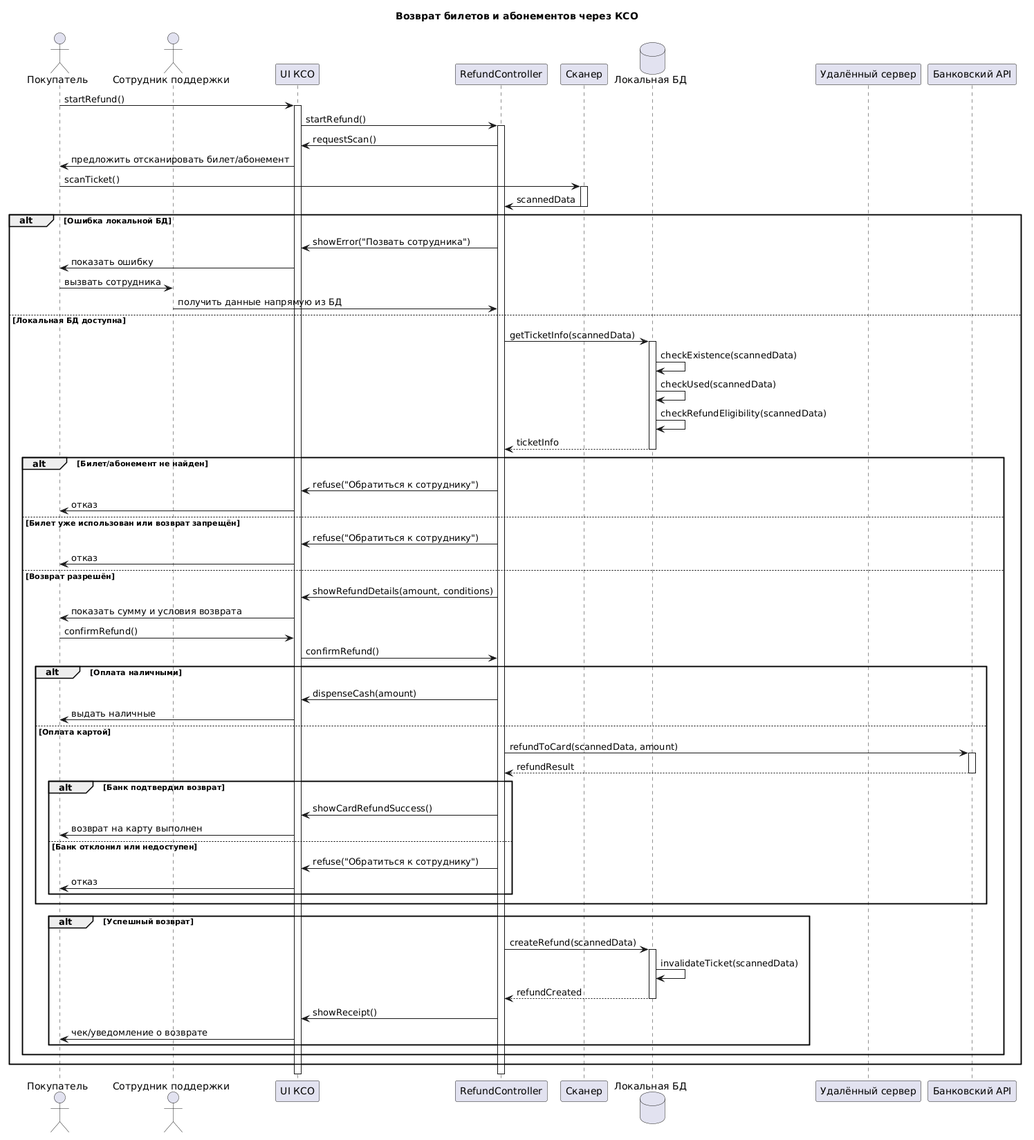
This is source/Диаграмма последовательности - Возврат покупок и абонементов.png from penamarth/bsbo-11-24_team5_var10_football, a PlantUML export, as it was before one commit.
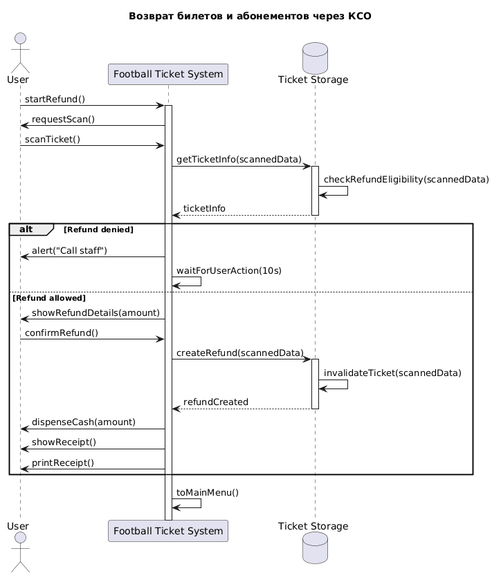
The same diagram one commit later.

Commit message:
Исправленние прецедента возврата после замечаний

What changed in the source:
```diff
@@ -1,82 +1,38 @@
 @startuml
 title Возврат билетов и абонементов через КСО
 
-actor "Покупатель" as Buyer
-actor "Сотрудник поддержки" as Support
-participant "UI КСО" as UI
-participant "RefundController" as Controller
-participant "Сканер" as Scanner
-database "Локальная БД" as LocalDB
-participant "Удалённый сервер" as Remote
-participant "Банковский API" as Bank
+actor "User" as User
+participant "Football Ticket System" as FTS
+database "Ticket Storage" as TicketStorage
 
-Buyer -> UI : startRefund()
-activate UI
-UI -> Controller : startRefund()
-activate Controller
-Controller -> UI : requestScan()
-UI -> Buyer : предложить отсканировать билет/абонемент
+User -> FTS : startRefund()
+activate FTS
+FTS -> User : requestScan()
+User -> FTS : scanTicket()
 
-Buyer -> Scanner : scanTicket()
-activate Scanner
-Scanner -> Controller : scannedData
-deactivate Scanner
+FTS -> TicketStorage : getTicketInfo(scannedData)
+activate TicketStorage
+TicketStorage -> TicketStorage : checkRefundEligibility(scannedData)
+TicketStorage --> FTS : ticketInfo
+deactivate TicketStorage
 
-alt Ошибка локальной БД
-    Controller -> UI : showError("Позвать сотрудника")
-    UI -> Buyer : показать ошибку
-    Buyer -> Support : вызвать сотрудника
-    Support -> Controller : получить данные напрямую из БД
-else Локальная БД доступна
-    Controller -> LocalDB : getTicketInfo(scannedData)
-    activate LocalDB
-    LocalDB -> LocalDB : checkExistence(scannedData)
-    LocalDB -> LocalDB : checkUsed(scannedData)
-    LocalDB -> LocalDB : checkRefundEligibility(scannedData)
-    LocalDB --> Controller : ticketInfo
-    deactivate LocalDB
+alt Refund denied
+    FTS -> User : alert("Call staff")
+    FTS -> FTS : waitForUserAction(10s)
+else Refund allowed
+    FTS -> User : showRefundDetails(amount)
+    User -> FTS : confirmRefund()
 
-    alt Билет/абонемент не найден
-        Controller -> UI : refuse("Обратиться к сотруднику")
-        UI -> Buyer : отказ
-    else Билет уже использован или возврат запрещён
-        Controller -> UI : refuse("Обратиться к сотруднику")
-        UI -> Buyer : отказ
-    else Возврат разрешён
-        Controller -> UI : showRefundDetails(amount, conditions)
-        UI -> Buyer : показать сумму и условия возврата
-        Buyer -> UI : confirmRefund()
-        UI -> Controller : confirmRefund()
+    FTS -> TicketStorage : createRefund(scannedData)
+    activate TicketStorage
+    TicketStorage -> TicketStorage : invalidateTicket(scannedData)
+    TicketStorage --> FTS : refundCreated
+    deactivate TicketStorage
 
-        alt Оплата наличными
-            Controller -> UI : dispenseCash(amount)
-            UI -> Buyer : выдать наличные
-        else Оплата картой
-            Controller -> Bank : refundToCard(scannedData, amount)
-            activate Bank
-            Bank --> Controller : refundResult
-            deactivate Bank
-            alt Банк подтвердил возврат
-                Controller -> UI : showCardRefundSuccess()
-                UI -> Buyer : возврат на карту выполнен
-            else Банк отклонил или недоступен
-		        Controller -> UI : refuse("Обратиться к сотруднику")
-		        UI -> Buyer : отказ
-            end
-        end
+    FTS -> User : dispenseCash(amount)
+    FTS -> User : showReceipt()
+    FTS -> User : printReceipt()
+end
 
-        alt Успешный возврат
-			Controller -> LocalDB : createRefund(scannedData)
-	        activate LocalDB
-	        LocalDB -> LocalDB : invalidateTicket(scannedData)
-	        LocalDB --> Controller : refundCreated
-	        deactivate LocalDB
-
-	        Controller -> UI : showReceipt()
-	        UI -> Buyer : чек/уведомление о возврате
-		end
-    end
-end
-deactivate Controller
-deactivate UI
+FTS -> FTS : toMainMenu()
 @enduml
```
